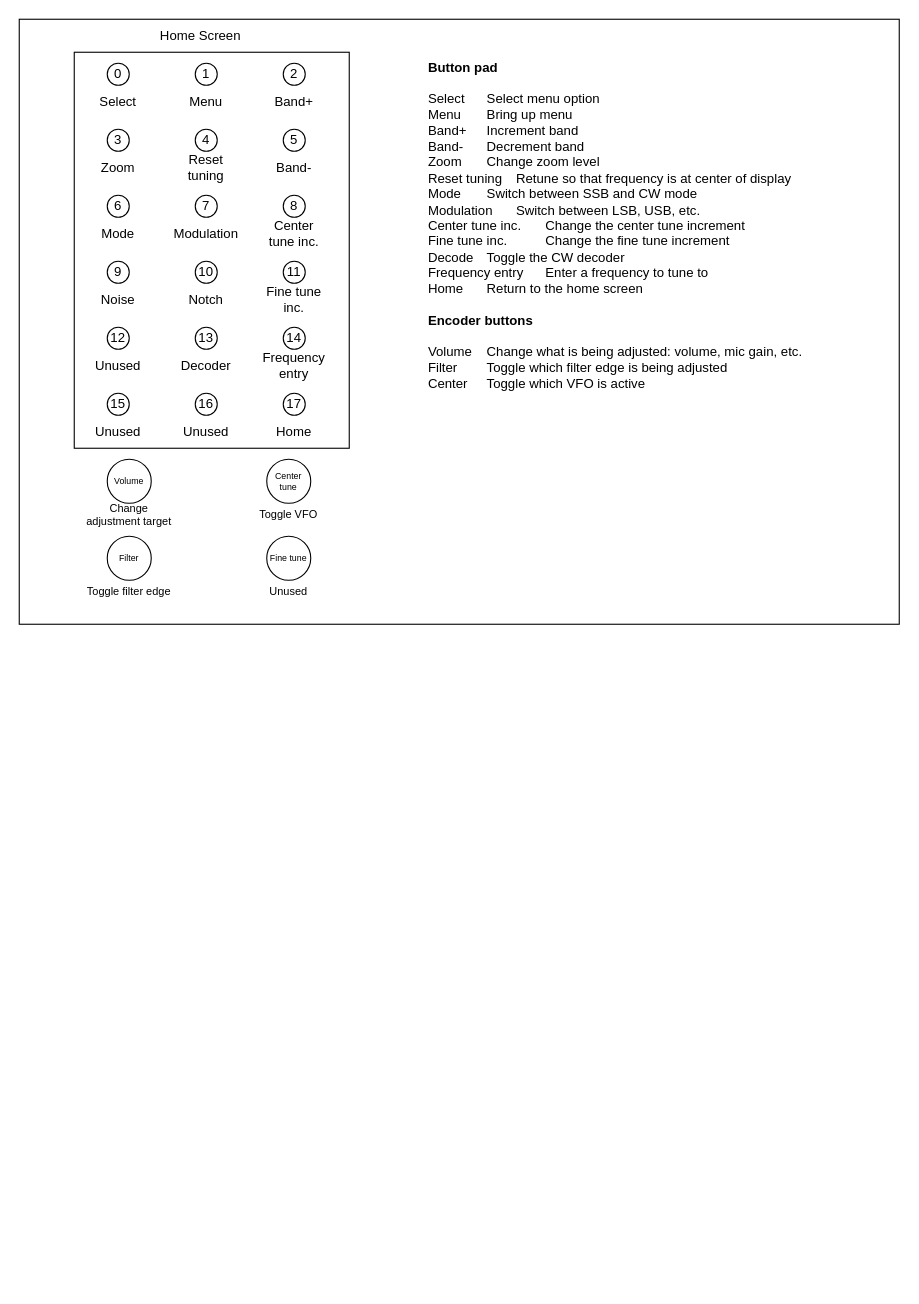
Earlier version of the draw.io diagram page "Button Maps" (1 of 7) of code/docs/window_panes.drawio (KI3P/Phoenix). Source tidied: cells renumbered, new cells numbered last; positions are measured from the earlier drawing's top-left corner, leaving out a move shared by most shapes. Both pictures are drawn from the tidied source at 110%, with x=0, y=0 at pixel (19, 19).
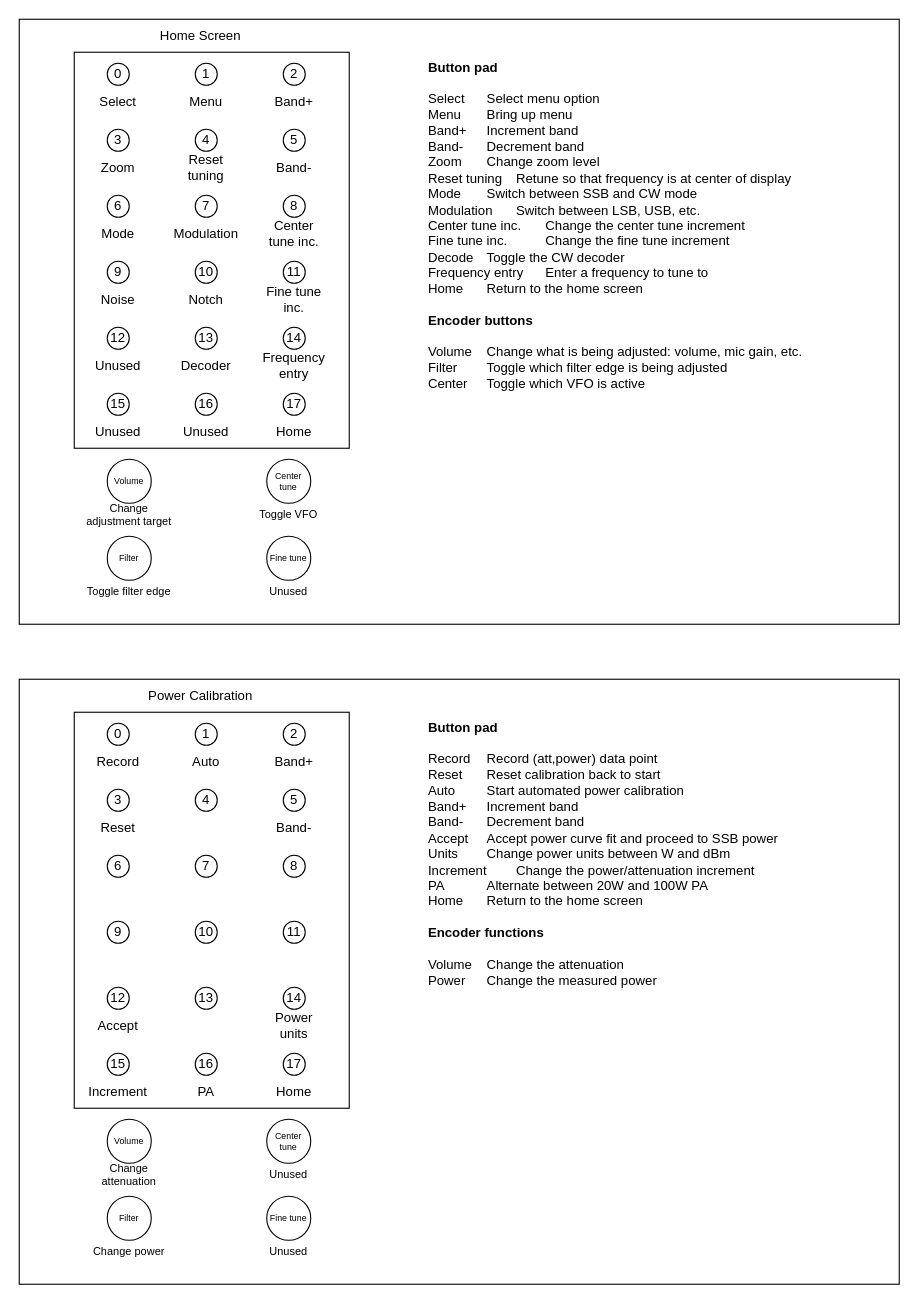
After the change.

The edit, as a diff of the source:
```diff
@@
+    <mxCell id="51" style="rounded=0;whiteSpace=wrap;html=1;" parent="1" vertex="1">
+      <mxGeometry y="600" width="800" height="550" as="geometry" />
+    </mxCell>
+    <mxCell id="52" value="Power Calibration" style="text;html=1;whiteSpace=wrap;strokeColor=none;fillColor=none;align=center;verticalAlign=middle;rounded=0;" parent="1" vertex="1">
+      <mxGeometry x="60" y="600" width="210" height="30" as="geometry" />
+    </mxCell>
+    <mxCell id="53" style="group;" parent="1" vertex="1">
+      <mxGeometry x="50" y="630" width="250" height="360" as="geometry" />
+    </mxCell>
+    <mxCell id="54" style="rounded=0;whiteSpace=wrap;html=1;" parent="53" vertex="1">
+      <mxGeometry width="250" height="360" as="geometry" />
+    </mxCell>
+    <mxCell id="55" value="0" style="ellipse;whiteSpace=wrap;html=1;" parent="53" vertex="1">
+      <mxGeometry x="30" y="10" width="20" height="20" as="geometry" />
+    </mxCell>
+    <mxCell id="56" value="Record" style="text;html=1;whiteSpace=wrap;strokeColor=none;fillColor=none;align=center;verticalAlign=middle;rounded=0;" parent="53" vertex="1">
+      <mxGeometry x="10" y="30" width="60" height="30" as="geometry" />
+    </mxCell>
+    <mxCell id="57" value="1" style="ellipse;whiteSpace=wrap;html=1;" parent="53" vertex="1">
+      <mxGeometry x="110" y="10" width="20" height="20" as="geometry" />
+    </mxCell>
+    <mxCell id="58" value="2" style="ellipse;whiteSpace=wrap;html=1;" parent="53" vertex="1">
+      <mxGeometry x="190" y="10" width="20" height="20" as="geometry" />
+    </mxCell>
+    <mxCell id="59" value="Band+" style="text;html=1;whiteSpace=wrap;strokeColor=none;fillColor=none;align=center;verticalAlign=middle;rounded=0;" parent="53" vertex="1">
+      <mxGeometry x="170" y="30" width="60" height="30" as="geometry" />
+    </mxCell>
+    <mxCell id="60" value="3" style="ellipse;whiteSpace=wrap;html=1;" parent="53" vertex="1">
+      <mxGeometry x="30" y="70" width="20" height="20" as="geometry" />
+    </mxCell>
+    <mxCell id="61" value="Reset" style="text;html=1;whiteSpace=wrap;strokeColor=none;fillColor=none;align=center;verticalAlign=middle;rounded=0;" parent="53" vertex="1">
+      <mxGeometry x="10" y="90" width="60" height="30" as="geometry" />
+    </mxCell>
+    <mxCell id="62" value="4" style="ellipse;whiteSpace=wrap;html=1;" parent="53" vertex="1">
+      <mxGeometry x="110" y="70" width="20" height="20" as="geometry" />
+    </mxCell>
+    <mxCell id="63" value="5" style="ellipse;whiteSpace=wrap;html=1;" parent="53" vertex="1">
+      <mxGeometry x="190" y="70" width="20" height="20" as="geometry" />
+    </mxCell>
+    <mxCell id="64" value="Band-" style="text;html=1;whiteSpace=wrap;strokeColor=none;fillColor=none;align=center;verticalAlign=middle;rounded=0;" parent="53" vertex="1">
+      <mxGeometry x="170" y="90" width="60" height="30" as="geometry" />
+    </mxCell>
+    <mxCell id="65" value="6" style="ellipse;whiteSpace=wrap;html=1;" parent="53" vertex="1">
+      <mxGeometry x="30" y="130" width="20" height="20" as="geometry" />
+    </mxCell>
+    <mxCell id="66" value="7" style="ellipse;whiteSpace=wrap;html=1;" parent="53" vertex="1">
+      <mxGeometry x="110" y="130" width="20" height="20" as="geometry" />
+    </mxCell>
+    <mxCell id="67" value="8" style="ellipse;whiteSpace=wrap;html=1;" parent="53" vertex="1">
+      <mxGeometry x="190" y="130" width="20" height="20" as="geometry" />
+    </mxCell>
+    <mxCell id="68" value="9" style="ellipse;whiteSpace=wrap;html=1;" parent="53" vertex="1">
+      <mxGeometry x="30" y="190" width="20" height="20" as="geometry" />
+    </mxCell>
+    <mxCell id="69" value="10" style="ellipse;whiteSpace=wrap;html=1;" parent="53" vertex="1">
+      <mxGeometry x="110" y="190" width="20" height="20" as="geometry" />
+    </mxCell>
+    <mxCell id="70" value="11" style="ellipse;whiteSpace=wrap;html=1;" parent="53" vertex="1">
+      <mxGeometry x="190" y="190" width="20" height="20" as="geometry" />
+    </mxCell>
+    <mxCell id="71" value="12" style="ellipse;whiteSpace=wrap;html=1;" parent="53" vertex="1">
+      <mxGeometry x="30" y="250" width="20" height="20" as="geometry" />
+    </mxCell>
+    <mxCell id="72" value="Accept" style="text;html=1;whiteSpace=wrap;strokeColor=none;fillColor=none;align=center;verticalAlign=middle;rounded=0;" parent="53" vertex="1">
+      <mxGeometry x="10" y="270" width="60" height="30" as="geometry" />
+    </mxCell>
+    <mxCell id="73" value="13" style="ellipse;whiteSpace=wrap;html=1;" parent="53" vertex="1">
+      <mxGeometry x="110" y="250" width="20" height="20" as="geometry" />
+    </mxCell>
+    <mxCell id="74" value="14" style="ellipse;whiteSpace=wrap;html=1;" parent="53" vertex="1">
+      <mxGeometry x="190" y="250" width="20" height="20" as="geometry" />
+    </mxCell>
+    <mxCell id="75" value="Power units" style="text;html=1;whiteSpace=wrap;strokeColor=none;fillColor=none;align=center;verticalAlign=middle;rounded=0;" parent="53" vertex="1">
+      <mxGeometry x="170" y="270" width="60" height="30" as="geometry" />
+    </mxCell>
+    <mxCell id="76" value="15" style="ellipse;whiteSpace=wrap;html=1;" parent="53" vertex="1">
+      <mxGeometry x="30" y="310" width="20" height="20" as="geometry" />
+    </mxCell>
+    <mxCell id="77" value="Increment" style="text;html=1;whiteSpace=wrap;strokeColor=none;fillColor=none;align=center;verticalAlign=middle;rounded=0;" parent="53" vertex="1">
+      <mxGeometry x="10" y="330" width="60" height="30" as="geometry" />
+    </mxCell>
+    <mxCell id="78" value="PA" style="text;html=1;whiteSpace=wrap;strokeColor=none;fillColor=none;align=center;verticalAlign=middle;rounded=0;" parent="53" vertex="1">
+      <mxGeometry x="90" y="330" width="60" height="30" as="geometry" />
+    </mxCell>
+    <mxCell id="79" value="16" style="ellipse;whiteSpace=wrap;html=1;" parent="53" vertex="1">
+      <mxGeometry x="110" y="310" width="20" height="20" as="geometry" />
+    </mxCell>
+    <mxCell id="80" value="17" style="ellipse;whiteSpace=wrap;html=1;" parent="53" vertex="1">
+      <mxGeometry x="190" y="310" width="20" height="20" as="geometry" />
+    </mxCell>
+    <mxCell id="81" value="Home" style="text;html=1;whiteSpace=wrap;strokeColor=none;fillColor=none;align=center;verticalAlign=middle;rounded=0;" parent="53" vertex="1">
+      <mxGeometry x="170" y="330" width="60" height="30" as="geometry" />
+    </mxCell>
+    <mxCell id="82" value="Auto" style="text;html=1;whiteSpace=wrap;strokeColor=none;fillColor=none;align=center;verticalAlign=middle;rounded=0;" parent="53" vertex="1">
+      <mxGeometry x="90" y="30" width="60" height="30" as="geometry" />
+    </mxCell>
+    <mxCell id="83" value="Volume" style="ellipse;whiteSpace=wrap;html=1;fontSize=8;" parent="1" vertex="1">
+      <mxGeometry x="80" y="1000" width="40" height="40" as="geometry" />
+    </mxCell>
+    <mxCell id="84" value="Filter" style="ellipse;whiteSpace=wrap;html=1;fontSize=8;" parent="1" vertex="1">
+      <mxGeometry x="80" y="1070" width="40" height="40" as="geometry" />
+    </mxCell>
+    <mxCell id="85" value="Center tune" style="ellipse;whiteSpace=wrap;html=1;fontSize=8;" parent="1" vertex="1">
+      <mxGeometry x="225" y="1000" width="40" height="40" as="geometry" />
+    </mxCell>
+    <mxCell id="86" value="Fine tune" style="ellipse;whiteSpace=wrap;html=1;fontSize=8;" parent="1" vertex="1">
+      <mxGeometry x="225" y="1070" width="40" height="40" as="geometry" />
+    </mxCell>
+    <mxCell id="87" value="Unused" style="text;html=1;whiteSpace=wrap;strokeColor=none;fillColor=none;align=center;verticalAlign=middle;rounded=0;fontSize=10;" parent="1" vertex="1">
+      <mxGeometry x="200" y="1040" width="90" height="20" as="geometry" />
+    </mxCell>
+    <mxCell id="88" value="Unused" style="text;html=1;whiteSpace=wrap;strokeColor=none;fillColor=none;align=center;verticalAlign=middle;rounded=0;fontSize=10;" parent="1" vertex="1">
+      <mxGeometry x="200" y="1110" width="90" height="20" as="geometry" />
+    </mxCell>
+    <mxCell id="89" value="Change power" style="text;html=1;whiteSpace=wrap;strokeColor=none;fillColor=none;align=center;verticalAlign=middle;rounded=0;fontSize=10;" parent="1" vertex="1">
+      <mxGeometry x="50" y="1110" width="100" height="20" as="geometry" />
+    </mxCell>
+    <mxCell id="90" value="Change attenuation" style="text;html=1;whiteSpace=wrap;strokeColor=none;fillColor=none;align=center;verticalAlign=middle;rounded=0;fontSize=10;" parent="1" vertex="1">
+      <mxGeometry x="60" y="1040" width="80" height="20" as="geometry" />
+    </mxCell>
+    <mxCell id="91" value="&lt;div&gt;&lt;b&gt;Button pad&lt;/b&gt;&lt;/div&gt;&lt;div&gt;&lt;br&gt;&lt;/div&gt;Record&amp;nbsp;&lt;span style=&quot;white-space: pre;&quot;&gt;&#9;&lt;/span&gt;Record (att,power) data point&lt;div&gt;Reset&amp;nbsp;&lt;span style=&quot;white-space: pre;&quot;&gt;&#9;&lt;/span&gt;Reset calibration back to start&lt;/div&gt;&lt;div&gt;Auto&lt;span style=&quot;white-space: pre;&quot;&gt;&#9;&lt;/span&gt;&lt;span style=&quot;white-space: pre;&quot;&gt;&#9;&lt;/span&gt;Start automated power calibration&lt;/div&gt;&lt;div&gt;Band+&lt;span style=&quot;white-space: pre;&quot;&gt;&#9;&lt;/span&gt;Increment band&lt;/div&gt;&lt;div&gt;Band-&lt;span style=&quot;white-space: pre;&quot;&gt;&#9;&lt;/span&gt;Decrement band&lt;/div&gt;&lt;div&gt;Accept&lt;span style=&quot;white-space: pre;&quot;&gt;&#9;&lt;/span&gt;Accept power curve fit and proceed to SSB power&lt;/div&gt;&lt;div&gt;Units&lt;span style=&quot;white-space: pre;&quot;&gt;&#9;&lt;/span&gt;Change power units between W and dBm&lt;/div&gt;&lt;div&gt;Increment&lt;span style=&quot;white-space: pre;&quot;&gt;&#9;&lt;/span&gt;Change the power/attenuation increment&lt;/div&gt;&lt;div&gt;PA&lt;span style=&quot;white-space: pre;&quot;&gt;&#9;&lt;/span&gt;&lt;span style=&quot;white-space: pre;&quot;&gt;&#9;&lt;/span&gt;Alternate between 20W and 100W PA&lt;/div&gt;&lt;div&gt;&lt;span style=&quot;background-color: transparent; color: light-dark(rgb(0, 0, 0), rgb(255, 255, 255));&quot;&gt;Home&lt;/span&gt;&lt;span style=&quot;background-color: transparent; color: light-dark(rgb(0, 0, 0), rgb(255, 255, 255)); white-space: pre;&quot;&gt;&#9;&lt;/span&gt;&lt;span style=&quot;background-color: transparent; color: light-dark(rgb(0, 0, 0), rgb(255, 255, 255));&quot;&gt;Return to the home screen&lt;/span&gt;&lt;/div&gt;&lt;div&gt;&lt;br&gt;&lt;/div&gt;&lt;div&gt;&lt;b&gt;Encoder functions&lt;/b&gt;&lt;/div&gt;&lt;div&gt;&lt;b&gt;&lt;br&gt;&lt;/b&gt;&lt;/div&gt;&lt;div&gt;Volume&lt;span style=&quot;white-space: pre;&quot;&gt;&#9;&lt;/span&gt;Change the attenuation&lt;/div&gt;&lt;div&gt;Power&lt;span style=&quot;white-space: pre;&quot;&gt;&#9;&lt;/span&gt;Change the measured power&lt;/div&gt;&lt;div&gt;&lt;br&gt;&lt;/div&gt;" style="text;html=1;whiteSpace=wrap;strokeColor=none;fillColor=none;align=left;verticalAlign=top;rounded=0;" parent="1" vertex="1">
+      <mxGeometry x="370" y="630" width="360" height="360" as="geometry" />
+    </mxCell>
```
